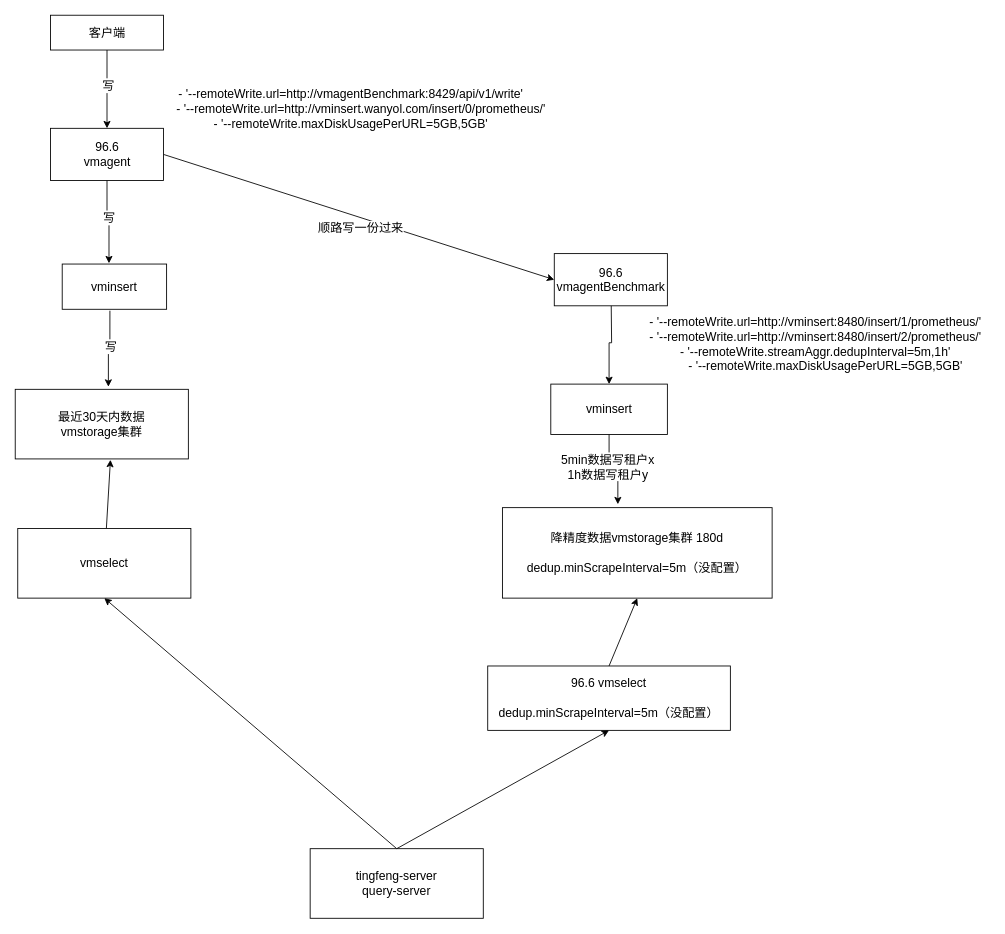
Earlier version of the draw.io diagram tsdb.drawio (jingb/pythonRepo). Source tidied: cells renumbered, new cells numbered last; positions are measured from the earlier drawing's top-left corner, leaving out a move shared by most shapes. Both pictures are drawn from the tidied source at 87%, with x=0, y=0 at pixel (15, 15).
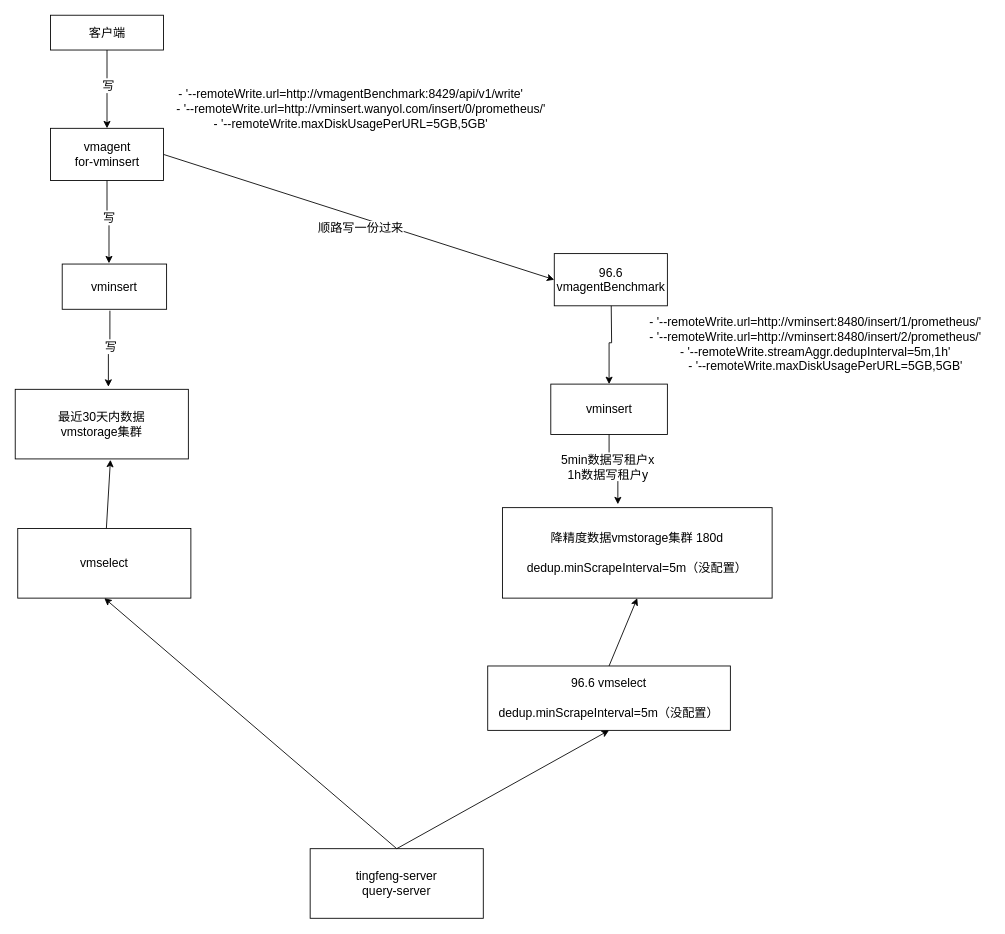
Above is the later version.

Change to the diagram source:
```diff
@@
-    <mxCell id="6" value="96.6&lt;br style=&quot;font-size: 14px;&quot;&gt;vmagent" style="rounded=0;whiteSpace=wrap;html=1;fontSize=14;" parent="1" vertex="1">
+    <mxCell id="6" value="vmagent&lt;br&gt;for-vminsert" style="rounded=0;whiteSpace=wrap;html=1;fontSize=14;" parent="1" vertex="1">
       <mxGeometry x="40.5" y="130" width="130" height="60" as="geometry" />
     </mxCell>
```
